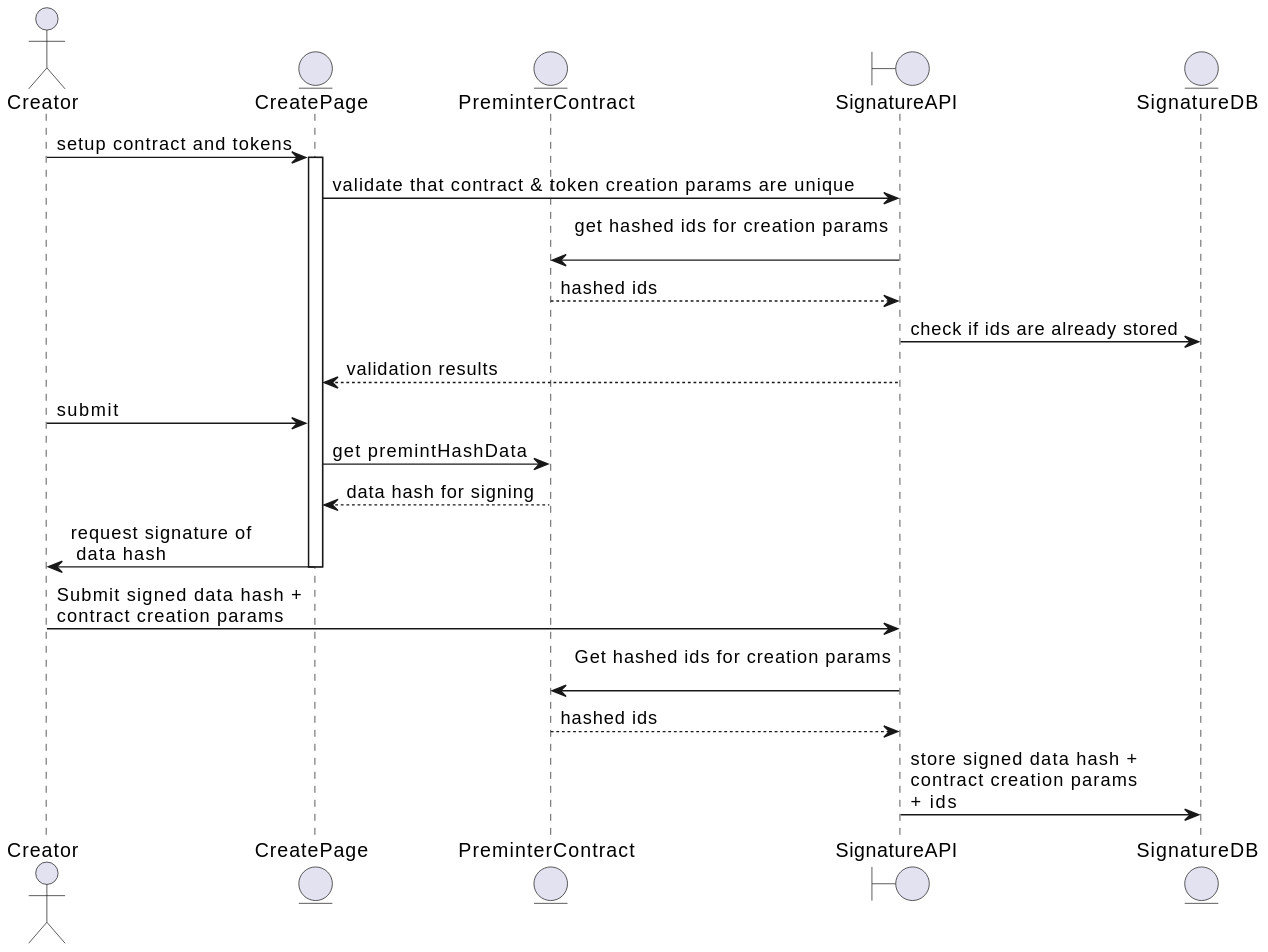
This is uml/generated/gasslessCreate-creation.svg from ourzora/zora-protocol, a PlantUML export, as it was before one commit. The source it was exported from:
```plantuml
@startuml
actor Creator
entity CreatePage
entity PreminterContract
boundary SignatureAPI
entity SignatureDB

Creator -> CreatePage: setup contract and tokens
activate CreatePage
CreatePage -> SignatureAPI: validate that contract & token creation params are unique
SignatureAPI -> PreminterContract: get hashed ids for creation params\n
PreminterContract --> SignatureAPI: hashed ids
SignatureAPI -> SignatureDB: check if ids are already stored
SignatureAPI --> CreatePage: validation results
Creator -> CreatePage: submit
CreatePage -> PreminterContract: get premintHashData
PreminterContract --> CreatePage: data hash for signing
CreatePage -> Creator: request signature of\n data hash
deactivate CreatePage
Creator -> SignatureAPI: Submit signed data hash +\ncontract creation params
SignatureAPI -> PreminterContract: Get hashed ids for creation params\n
PreminterContract --> SignatureAPI: hashed ids
SignatureAPI -> SignatureDB: store signed data hash +\ncontract creation params\n+ ids
@enduml
```
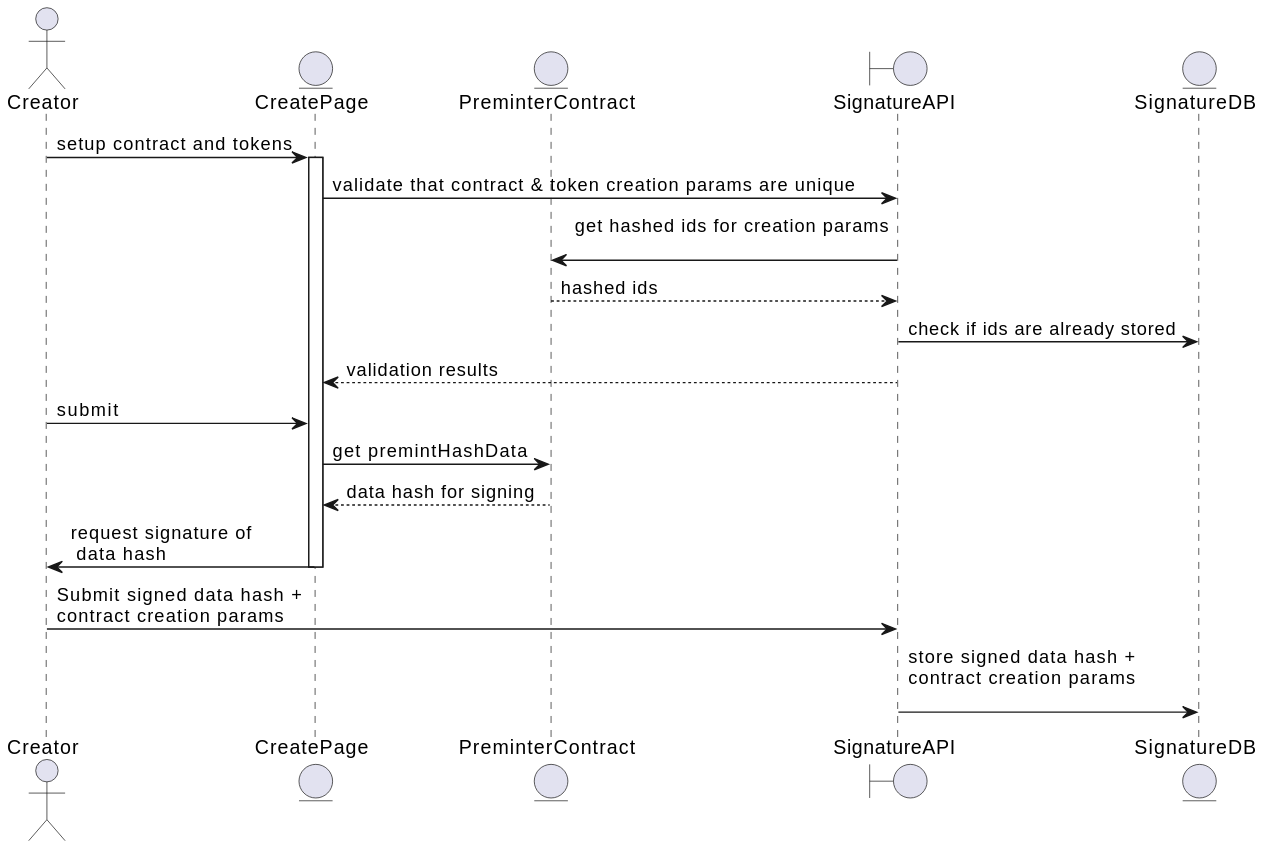
Later version of the same file.

What changed in the source:
```diff
@@ -18,7 +18,5 @@
 CreatePage -> Creator: request signature of\n data hash
 deactivate CreatePage
 Creator -> SignatureAPI: Submit signed data hash +\ncontract creation params
-SignatureAPI -> PreminterContract: Get hashed ids for creation params\n
-PreminterContract --> SignatureAPI: hashed ids
-SignatureAPI -> SignatureDB: store signed data hash +\ncontract creation params\n+ ids
+SignatureAPI -> SignatureDB: store signed data hash +\ncontract creation params\n
 @enduml
```
